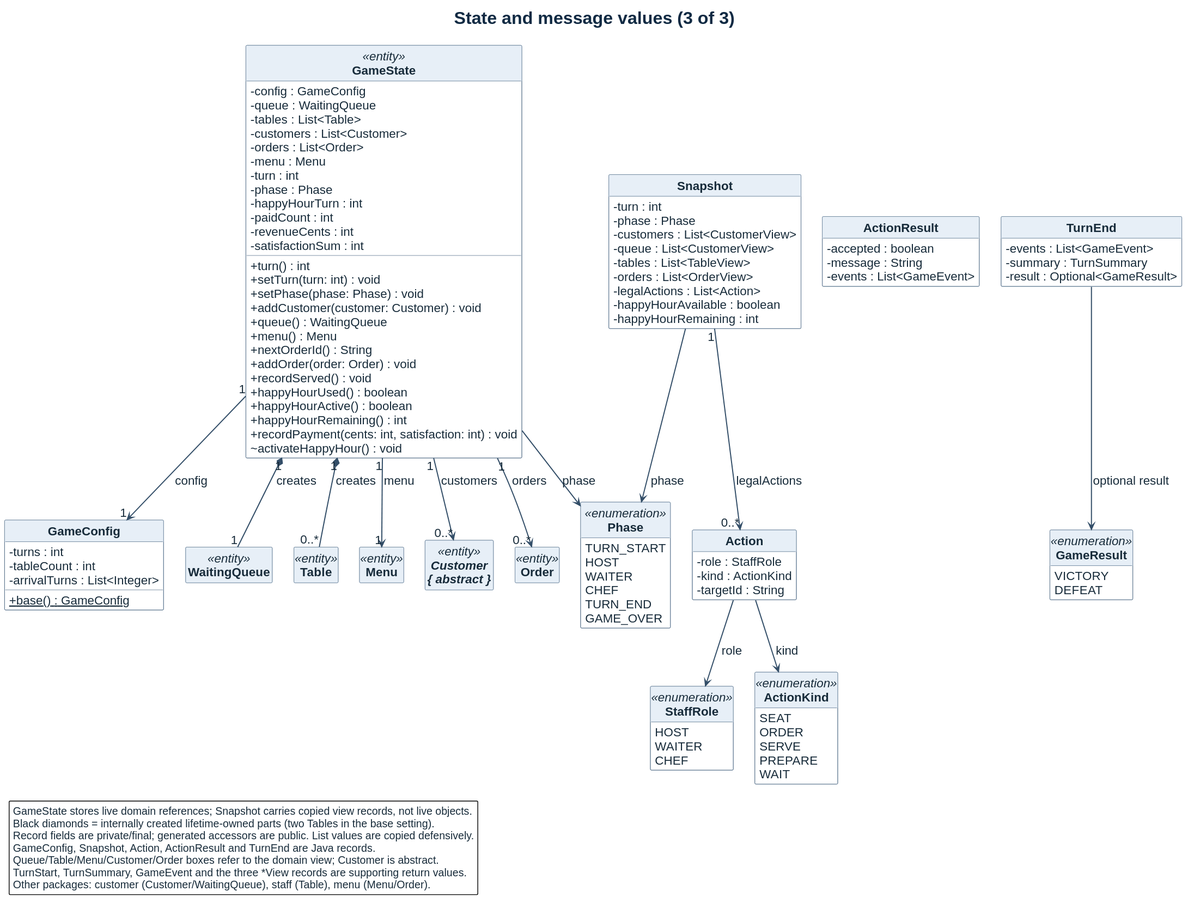
Earlier version of the PlantUML export docs/diagrams/exports/class-state.svg (respoopu/SC2002-lab-assignment-final). Its source is kept beside it as docs/diagrams/class-state.puml.
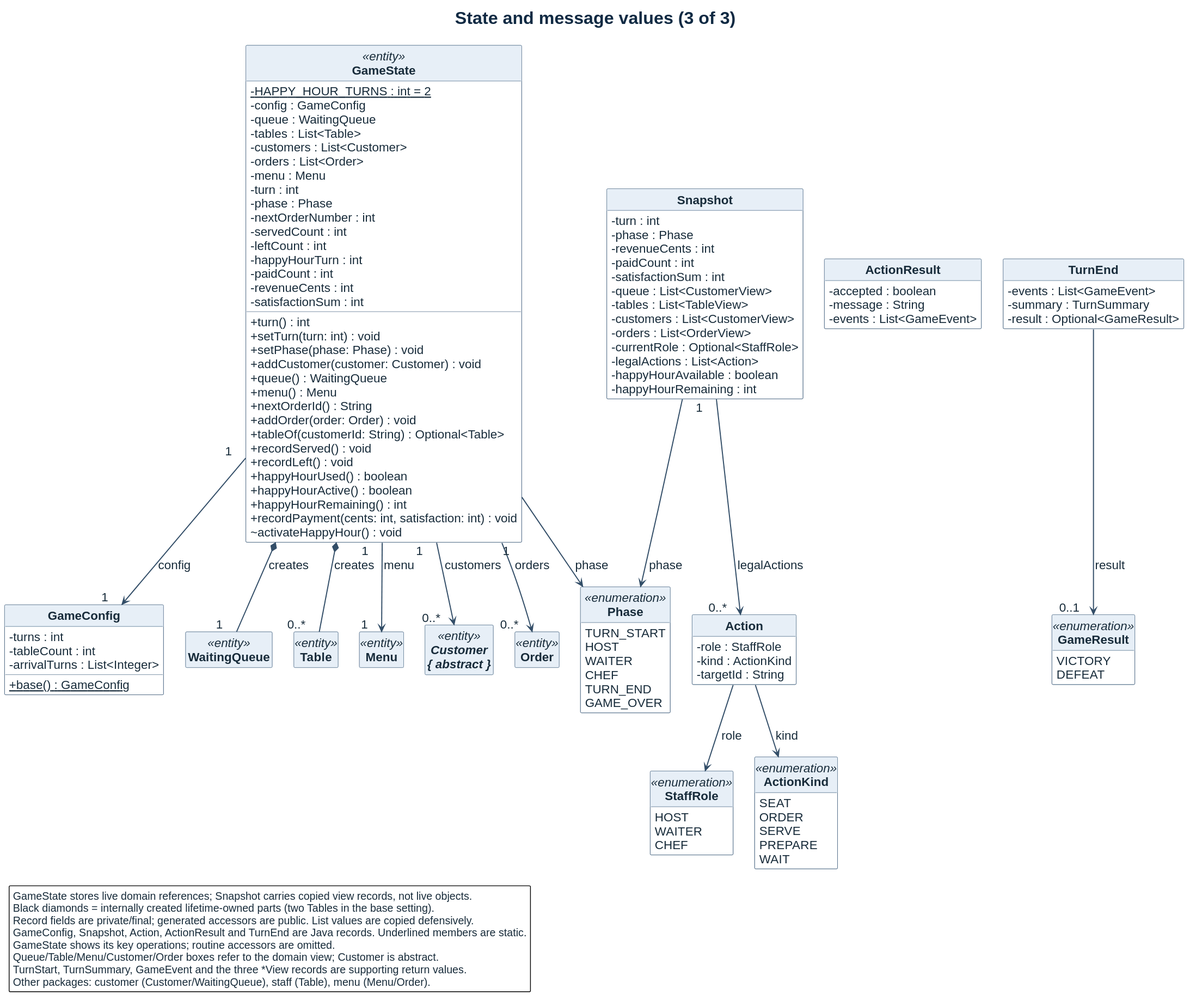
After the commit.

Diff of the diagram source:
```diff
@@ -4,6 +4,7 @@
 title State and message values (3 of 3)
 
 class GameState <<entity>> {
+  -{static} HAPPY_HOUR_TURNS : int = 2
   -config : GameConfig
   -queue : WaitingQueue
   -tables : List<Table>
@@ -12,6 +13,9 @@
   -menu : Menu
   -turn : int
   -phase : Phase
+  -nextOrderNumber : int
+  -servedCount : int
+  -leftCount : int
   -happyHourTurn : int
   -paidCount : int
   -revenueCents : int
@@ -24,7 +28,9 @@
   +menu() : Menu
   +nextOrderId() : String
   +addOrder(order: Order) : void
+  +tableOf(customerId: String) : Optional<Table>
   +recordServed() : void
+  +recordLeft() : void
   +happyHourUsed() : boolean
   +happyHourActive() : boolean
   +happyHourRemaining() : int
@@ -45,10 +51,14 @@
 class Snapshot {
   -turn : int
   -phase : Phase
-  -customers : List<CustomerView>
+  -revenueCents : int
+  -paidCount : int
+  -satisfactionSum : int
   -queue : List<CustomerView>
   -tables : List<TableView>
+  -customers : List<CustomerView>
   -orders : List<OrderView>
+  -currentRole : Optional<StaffRole>
   -legalActions : List<Action>
   -happyHourAvailable : boolean
   -happyHourRemaining : int
@@ -92,25 +102,26 @@
   VICTORY
   DEFEAT
 }
-GameState "1" *-- "1" WaitingQueue : creates
-GameState "1" *-- "0..*" Table : creates
-GameState "1" --> "1" GameConfig : config
-GameState "1" --> "1" Menu : menu
-GameState "1" --> "0..*" Customer : customers
-GameState "1" --> "0..*" Order : orders
+GameState *-- "1    " WaitingQueue : creates
+GameState *-- "0..*    " Table : creates
+GameState "1    " --> "1    " GameConfig : config
+GameState "1    " --> "1    " Menu : menu
+GameState "1    " --> "0..*    " Customer : customers
+GameState "1    " --> "0..*    " Order : orders
 GameState --> Phase : phase
 Snapshot --> Phase : phase
-Snapshot "1" --> "0..*" Action : legalActions
+Snapshot "1    " --> "0..*    " Action : legalActions
 Action --> StaffRole : role
 Action --> ActionKind : kind
-TurnEnd --> GameResult : optional result
+TurnEnd --> "0..1    " GameResult : result
 ActionResult -[hidden]right-> TurnEnd
 
 legend bottom left
   GameState stores live domain references; Snapshot carries copied view records, not live objects.
   Black diamonds = internally created lifetime-owned parts (two Tables in the base setting).
   Record fields are private/final; generated accessors are public. List values are copied defensively.
-  GameConfig, Snapshot, Action, ActionResult and TurnEnd are Java records.
+  GameConfig, Snapshot, Action, ActionResult and TurnEnd are Java records. Underlined members are static.
+  GameState shows its key operations; routine accessors are omitted.
   Queue/Table/Menu/Customer/Order boxes refer to the domain view; Customer is abstract.
   TurnStart, TurnSummary, GameEvent and the three *View records are supporting return values.
   Other packages: customer (Customer/WaitingQueue), staff (Table), menu (Menu/Order).
```
